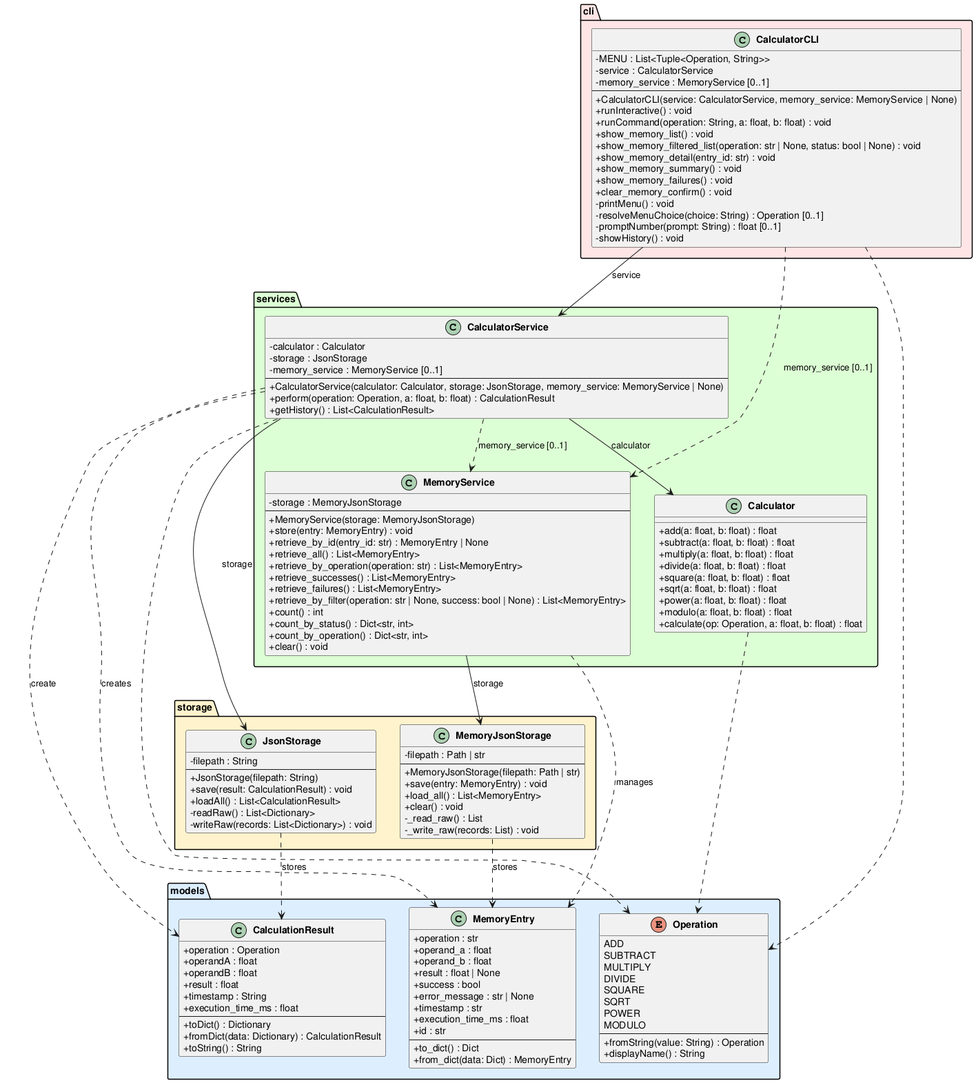
Earlier version of the PlantUML export experiments/supervisor_as_tools/structured_text/calculator/artifacts/class_diagram.png (DanielRiha8906/Software_autoevolution_using_agents).
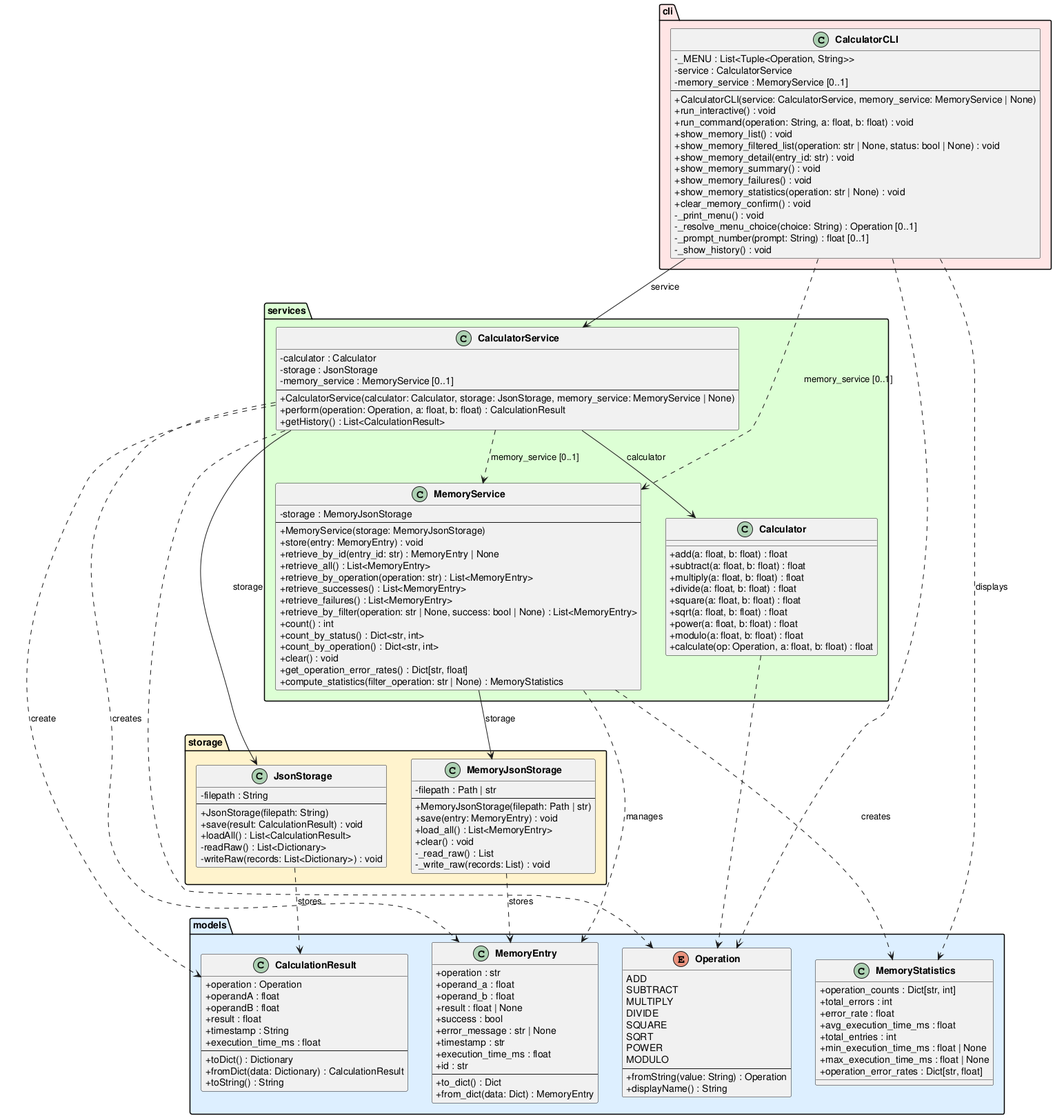
Later version of the same file.

The edit, as a diff of the source:
```diff
@@ -45,6 +45,17 @@
         +to_dict() : Dict
         +from_dict(data: Dict) : MemoryEntry
     }
+
+    class MemoryStatistics {
+        +operation_counts : Dict[str, int]
+        +total_errors : int
+        +error_rate : float
+        +avg_execution_time_ms : float
+        +total_entries : int
+        +min_execution_time_ms : float | None
+        +max_execution_time_ms : float | None
+        +operation_error_rates : Dict[str, float]
+    }
 }
 
 package "services" #DDFFD4 {
@@ -85,6 +96,8 @@
         +count_by_status() : Dict<str, int>
         +count_by_operation() : Dict<str, int>
         +clear() : void
+        +get_operation_error_rates() : Dict[str, float]
+        +compute_statistics(filter_operation: str | None) : MemoryStatistics
     }
 }
 
@@ -113,33 +126,36 @@
 
 package "cli" #FFE5E5 {
     class CalculatorCLI {
-        -MENU : List<Tuple<Operation, String>>
+        -_MENU : List<Tuple<Operation, String>>
         -service : CalculatorService
         -memory_service : MemoryService [0..1]
         --
         +CalculatorCLI(service: CalculatorService, memory_service: MemoryService | None)
-        +runInteractive() : void
-        +runCommand(operation: String, a: float, b: float) : void
+        +run_interactive() : void
+        +run_command(operation: String, a: float, b: float) : void
         +show_memory_list() : void
         +show_memory_filtered_list(operation: str | None, status: bool | None) : void
         +show_memory_detail(entry_id: str) : void
         +show_memory_summary() : void
         +show_memory_failures() : void
+        +show_memory_statistics(operation: str | None) : void
         +clear_memory_confirm() : void
-        -printMenu() : void
-        -resolveMenuChoice(choice: String) : Operation [0..1]
-        -promptNumber(prompt: String) : float [0..1]
-        -showHistory() : void
+        -_print_menu() : void
+        -_resolve_menu_choice(choice: String) : Operation [0..1]
+        -_prompt_number(prompt: String) : float [0..1]
+        -_show_history() : void
     }
 }
 
 CalculatorCLI --> CalculatorService : service
 CalculatorCLI ..> MemoryService : memory_service [0..1]
+CalculatorCLI ..> MemoryStatistics : displays
 CalculatorService --> Calculator : calculator
 CalculatorService --> JsonStorage : storage
 CalculatorService ..> MemoryService : memory_service [0..1]
 MemoryService --> MemoryJsonStorage : storage
 MemoryService ..> MemoryEntry : manages
+MemoryService ..> MemoryStatistics : creates
 
 CalculatorService ..> CalculationResult : create
 CalculatorService ..> MemoryEntry : creates
```
